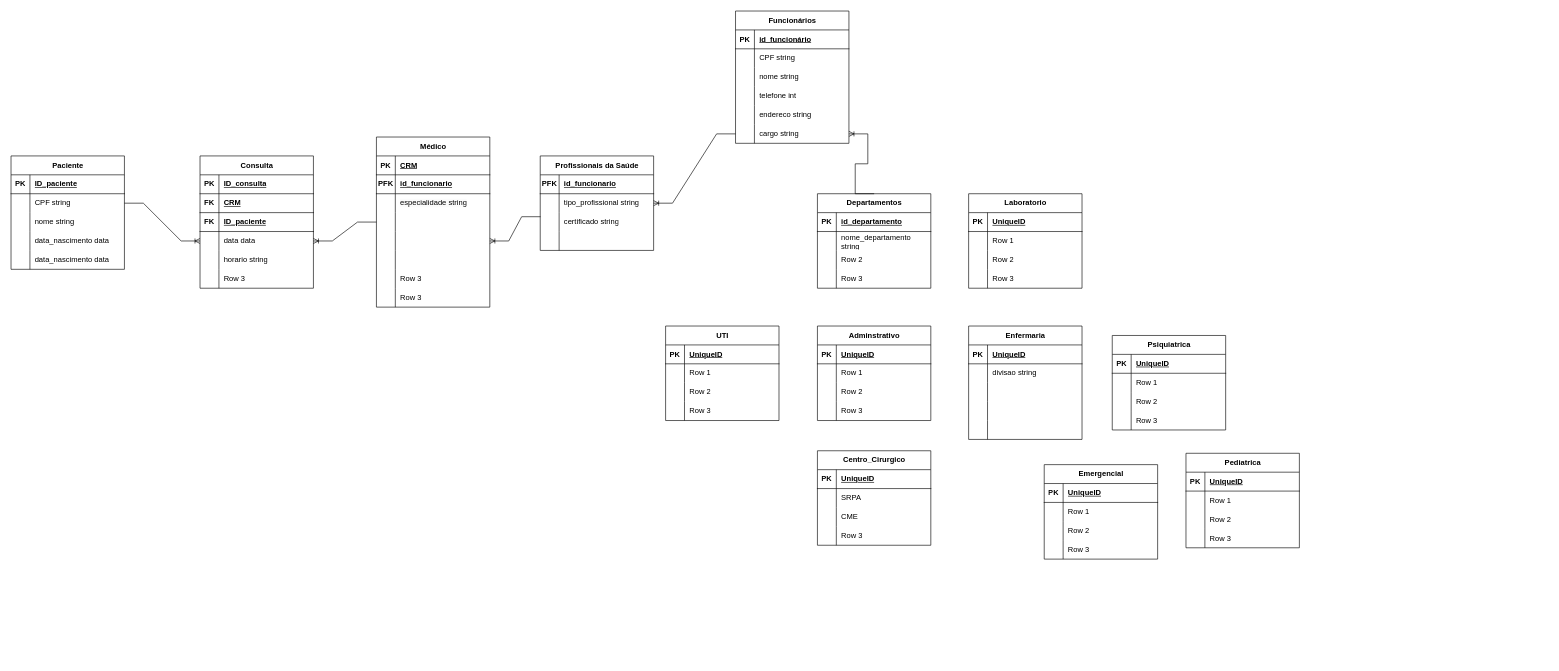
rafasilva9537/projeto_Hospital_BD keeps this draw.io diagram as Modelo Relacional/Modelo Lógico.drawio. Above is the earlier version. Source tidied: cells renumbered, new cells numbered last; positions are measured from the earlier drawing's top-left corner, leaving out a move shared by most shapes. Both pictures are drawn from the tidied source at 63%, with x=0, y=0 at pixel (11, 11).
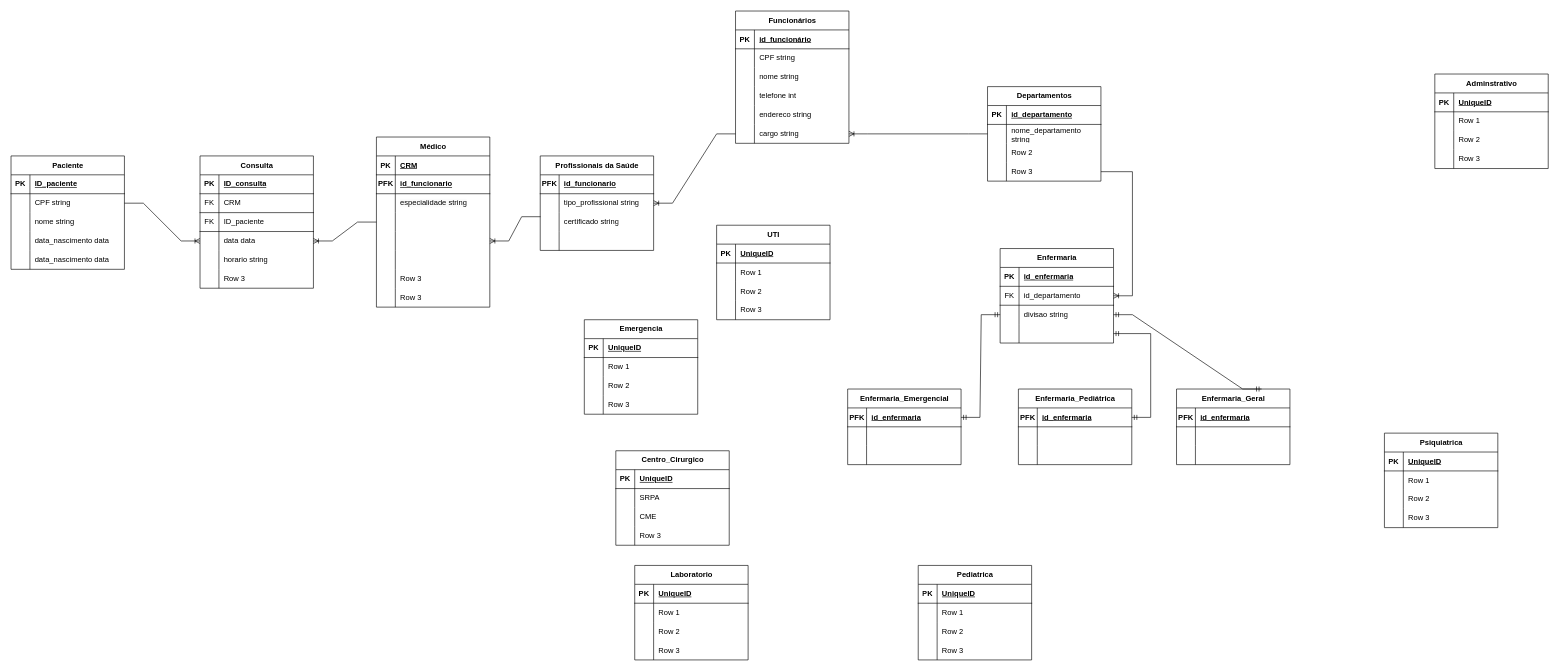
After the change.

Unchanged cells that the change refers to:
```xml
<mxCell id="6" style="shape=tableRow;horizontal=0;startSize=0;swimlaneHead=0;swimlaneBody=0;fillColor=none;points=[[0,0.5],[1,0.5]];portConstraint=eastwest;top=0;left=0;right=0;bottom=0;" parent="2" vertex="1">
  <mxGeometry y="60" width="180" height="30" as="geometry" />
</mxCell>
<mxCell id="12" style="shape=tableRow;horizontal=0;startSize=0;swimlaneHead=0;swimlaneBody=0;fillColor=none;points=[[0,0.5],[1,0.5]];portConstraint=eastwest;top=0;left=0;right=0;bottom=0;" parent="2" vertex="1">
  <mxGeometry y="120" width="180" height="30" as="geometry" />
</mxCell>
<mxCell id="31" style="shape=tableRow;horizontal=0;startSize=0;swimlaneHead=0;swimlaneBody=0;fillColor=none;points=[[0,0.5],[1,0.5]];portConstraint=eastwest;top=0;left=0;right=0;bottom=0;" parent="15" vertex="1">
  <mxGeometry y="180" width="180" height="30" as="geometry" />
</mxCell>
<mxCell id="83" style="shape=tableRow;horizontal=0;startSize=0;swimlaneHead=0;swimlaneBody=0;fillColor=none;top=0;left=0;right=0;bottom=1;" parent="79" vertex="1">
  <mxGeometry y="60" width="180" height="30" as="geometry" />
</mxCell>
<mxCell id="86" style="shape=tableRow;horizontal=0;startSize=0;swimlaneHead=0;swimlaneBody=0;fillColor=none;top=0;left=0;right=0;bottom=1;" parent="79" vertex="1">
  <mxGeometry y="90" width="180" height="30" as="geometry" />
</mxCell>
```

Change to the diagram source:
```diff
@@
     <mxCell id="2" value="Departamentos" style="shape=table;startSize=30;childLayout=tableLayout;rowLines=0;fontStyle=1;align=center;html=1;" parent="1" vertex="1">
-      <mxGeometry x="1280" y="290" width="180" height="150" as="geometry" />
+      <mxGeometry x="1550" y="120" width="180" height="150" as="geometry" />
     </mxCell>
@@
     <mxCell id="34" value="Adminstrativo" style="shape=table;startSize=30;childLayout=tableLayout;rowLines=0;fontStyle=1;align=center;html=1;" parent="1" vertex="1">
-      <mxGeometry x="1280" y="500" width="180" height="150" as="geometry" />
+      <mxGeometry x="2260" y="100" width="180" height="150" as="geometry" />
     </mxCell>
@@
     <mxCell id="47" value="Enfermaria" style="shape=table;startSize=30;childLayout=tableLayout;rowLines=0;fontStyle=1;align=center;html=1;" parent="1" vertex="1">
-      <mxGeometry x="1520" y="500" width="180" height="180" as="geometry" />
+      <mxGeometry x="1570" y="377" width="180" height="150" as="geometry" />
     </mxCell>
+    <mxCell id="219" style="shape=tableRow;horizontal=0;startSize=0;swimlaneHead=0;swimlaneBody=0;fillColor=none;top=0;left=0;right=0;bottom=1;" parent="47" vertex="1">
+      <mxGeometry y="30" width="180" height="30" as="geometry" />
+    </mxCell>
+    <mxCell id="220" value="PK" style="shape=partialRectangle;fillColor=none;top=0;left=0;bottom=0;right=0;fontStyle=1;overflow=hidden;whiteSpace=wrap;html=1;" parent="219" vertex="1">
+      <mxGeometry width="30" height="30" as="geometry" />
+    </mxCell>
+    <mxCell id="221" value="id_enfermaria" style="shape=partialRectangle;fillColor=none;top=0;left=0;bottom=0;right=0;align=left;spacingLeft=6;fontStyle=5;overflow=hidden;whiteSpace=wrap;html=1;" parent="219" vertex="1">
+      <mxGeometry x="30" width="150" height="30" as="geometry" />
+    </mxCell>
     <mxCell id="48" style="shape=tableRow;horizontal=0;startSize=0;swimlaneHead=0;swimlaneBody=0;fillColor=none;points=[[0,0.5],[1,0.5]];portConstraint=eastwest;top=0;left=0;right=0;bottom=1;" parent="47" vertex="1">
-      <mxGeometry y="30" width="180" height="30" as="geometry" />
+      <mxGeometry y="60" width="180" height="30" as="geometry" />
     </mxCell>
-    <mxCell id="49" value="PK" style="shape=partialRectangle;fillColor=none;top=0;left=0;bottom=0;right=0;fontStyle=1;overflow=hidden;whiteSpace=wrap;html=1;" parent="48" vertex="1">
+    <mxCell id="49" value="FK" style="shape=partialRectangle;fillColor=none;top=0;left=0;bottom=0;right=0;fontStyle=0;overflow=hidden;whiteSpace=wrap;html=1;" parent="48" vertex="1">
       <mxGeometry width="30" height="30" as="geometry" />
     </mxCell>
-    <mxCell id="50" value="UniqueID" style="shape=partialRectangle;fillColor=none;top=0;left=0;bottom=0;right=0;align=left;spacingLeft=6;fontStyle=5;overflow=hidden;whiteSpace=wrap;html=1;" parent="48" vertex="1">
+    <mxCell id="50" value="id_departamento" style="shape=partialRectangle;fillColor=none;top=0;left=0;bottom=0;right=0;align=left;spacingLeft=6;fontStyle=0;overflow=hidden;whiteSpace=wrap;html=1;" parent="48" vertex="1">
       <mxGeometry x="30" width="150" height="30" as="geometry" />
     </mxCell>
     <mxCell id="51" style="shape=tableRow;horizontal=0;startSize=0;swimlaneHead=0;swimlaneBody=0;fillColor=none;points=[[0,0.5],[1,0.5]];portConstraint=eastwest;top=0;left=0;right=0;bottom=0;" parent="47" vertex="1">
-      <mxGeometry y="60" width="180" height="30" as="geometry" />
+      <mxGeometry y="90" width="180" height="30" as="geometry" />
     </mxCell>
@@
-    <mxCell id="54" style="shape=tableRow;horizontal=0;startSize=0;swimlaneHead=0;swimlaneBody=0;fillColor=none;top=0;left=0;right=0;bottom=0;" parent="47" vertex="1">
-      <mxGeometry y="90" width="180" height="30" as="geometry" />
-    </mxCell>
-    <mxCell id="55" style="shape=partialRectangle;fillColor=none;top=0;left=0;bottom=0;right=0;overflow=hidden;whiteSpace=wrap;html=1;" parent="54" vertex="1">
-      <mxGeometry width="30" height="30" as="geometry" />
-    </mxCell>
-    <mxCell id="56" style="shape=partialRectangle;fillColor=none;top=0;left=0;bottom=0;right=0;align=left;spacingLeft=6;overflow=hidden;whiteSpace=wrap;html=1;" parent="54" vertex="1">
-      <mxGeometry x="30" width="150" height="30" as="geometry" />
-    </mxCell>
-    <mxCell id="57" style="shape=tableRow;horizontal=0;startSize=0;swimlaneHead=0;swimlaneBody=0;fillColor=none;top=0;left=0;right=0;bottom=0;" parent="47" vertex="1">
-      <mxGeometry y="120" width="180" height="30" as="geometry" />
-    </mxCell>
-    <mxCell id="58" style="shape=partialRectangle;fillColor=none;top=0;left=0;bottom=0;right=0;overflow=hidden;whiteSpace=wrap;html=1;" parent="57" vertex="1">
-      <mxGeometry width="30" height="30" as="geometry" />
-    </mxCell>
-    <mxCell id="59" style="shape=partialRectangle;fillColor=none;top=0;left=0;bottom=0;right=0;align=left;spacingLeft=6;overflow=hidden;whiteSpace=wrap;html=1;" parent="57" vertex="1">
-      <mxGeometry x="30" width="150" height="30" as="geometry" />
-    </mxCell>
     <mxCell id="60" style="shape=tableRow;horizontal=0;startSize=0;swimlaneHead=0;swimlaneBody=0;fillColor=none;points=[[0,0.5],[1,0.5]];portConstraint=eastwest;top=0;left=0;right=0;bottom=0;" parent="47" vertex="1">
-      <mxGeometry y="150" width="180" height="30" as="geometry" />
+      <mxGeometry y="120" width="180" height="30" as="geometry" />
     </mxCell>
@@
-    <mxCell id="84" value="FK" style="shape=partialRectangle;fillColor=none;top=0;left=0;bottom=0;right=0;fontStyle=1;overflow=hidden;whiteSpace=wrap;html=1;" parent="83" vertex="1">
+    <mxCell id="84" value="FK" style="shape=partialRectangle;fillColor=none;top=0;left=0;bottom=0;right=0;fontStyle=0;overflow=hidden;whiteSpace=wrap;html=1;" parent="83" vertex="1">
       <mxGeometry width="30" height="30" as="geometry" />
     </mxCell>
-    <mxCell id="85" value="CRM" style="shape=partialRectangle;fillColor=none;top=0;left=0;bottom=0;right=0;align=left;spacingLeft=6;fontStyle=5;overflow=hidden;whiteSpace=wrap;html=1;" parent="83" vertex="1">
+    <mxCell id="85" value="CRM" style="shape=partialRectangle;fillColor=none;top=0;left=0;bottom=0;right=0;align=left;spacingLeft=6;fontStyle=0;overflow=hidden;whiteSpace=wrap;html=1;" parent="83" vertex="1">
       <mxGeometry x="30" width="150" height="30" as="geometry" />
     </mxCell>
@@
-    <mxCell id="87" value="FK" style="shape=partialRectangle;fillColor=none;top=0;left=0;bottom=0;right=0;fontStyle=1;overflow=hidden;whiteSpace=wrap;html=1;" parent="86" vertex="1">
+    <mxCell id="87" value="FK" style="shape=partialRectangle;fillColor=none;top=0;left=0;bottom=0;right=0;fontStyle=0;overflow=hidden;whiteSpace=wrap;html=1;" parent="86" vertex="1">
       <mxGeometry width="30" height="30" as="geometry" />
     </mxCell>
-    <mxCell id="88" value="ID_paciente" style="shape=partialRectangle;fillColor=none;top=0;left=0;bottom=0;right=0;align=left;spacingLeft=6;fontStyle=5;overflow=hidden;whiteSpace=wrap;html=1;" parent="86" vertex="1">
+    <mxCell id="88" value="ID_paciente" style="shape=partialRectangle;fillColor=none;top=0;left=0;bottom=0;right=0;align=left;spacingLeft=6;fontStyle=0;overflow=hidden;whiteSpace=wrap;html=1;" parent="86" vertex="1">
       <mxGeometry x="30" width="150" height="30" as="geometry" />
     </mxCell>
@@
-    <mxCell id="125" style="edgeStyle=entityRelationEdgeStyle;fontSize=12;html=1;endArrow=ERoneToMany;rounded=0;entryX=1;entryY=0.5;entryDx=0;entryDy=0;exitX=0.5;exitY=0;exitDx=0;exitDy=0;" parent="1" edge="1" source="2" target="31">
-      <mxGeometry relative="1" as="geometry" />
+    <mxCell id="125" style="edgeStyle=entityRelationEdgeStyle;fontSize=12;html=1;endArrow=ERoneToMany;rounded=0;entryX=1;entryY=0.5;entryDx=0;entryDy=0;exitX=0;exitY=0.5;exitDx=0;exitDy=0;" parent="1" edge="1" source="6" target="31">
+      <mxGeometry relative="1" as="geometry">
+        <Array as="points">
+          <mxPoint x="1530" y="-10" />
+          <mxPoint x="1460" y="195" />
+        </Array>
+      </mxGeometry>
     </mxCell>
@@
     <mxCell id="141" value="UTI" style="shape=table;startSize=30;childLayout=tableLayout;rowLines=0;fontStyle=1;align=center;html=1;" parent="1" vertex="1">
-      <mxGeometry x="1039" y="500" width="180" height="150" as="geometry" />
+      <mxGeometry x="1120" y="340" width="180" height="150" as="geometry" />
     </mxCell>
@@
     <mxCell id="154" value="Centro_Cirurgico" style="shape=table;startSize=30;childLayout=tableLayout;rowLines=0;fontStyle=1;align=center;html=1;" parent="1" vertex="1">
-      <mxGeometry x="1280" y="698" width="180" height="150" as="geometry" />
+      <mxGeometry x="960" y="698" width="180" height="150" as="geometry" />
     </mxCell>
@@
     <mxCell id="167" value="Laboratorio" style="shape=table;startSize=30;childLayout=tableLayout;rowLines=0;fontStyle=1;align=center;html=1;" parent="1" vertex="1">
-      <mxGeometry x="1520" y="290" width="180" height="150" as="geometry" />
+      <mxGeometry x="990" y="880" width="180" height="150" as="geometry" />
     </mxCell>
@@
     <mxCell id="180" value="Pediatrica" style="shape=table;startSize=30;childLayout=tableLayout;rowLines=0;fontStyle=1;align=center;html=1;" parent="1" vertex="1">
-      <mxGeometry x="1865" y="702" width="180" height="150" as="geometry" />
+      <mxGeometry x="1440" y="880" width="180" height="150" as="geometry" />
     </mxCell>
@@
     <mxCell id="193" value="Psiquiatrica" style="shape=table;startSize=30;childLayout=tableLayout;rowLines=0;fontStyle=1;align=center;html=1;" parent="1" vertex="1">
-      <mxGeometry x="1748" y="515" width="180" height="150" as="geometry" />
+      <mxGeometry x="2180" y="670" width="180" height="150" as="geometry" />
     </mxCell>
@@
-    <mxCell id="206" value="Emergencial" style="shape=table;startSize=30;childLayout=tableLayout;rowLines=0;fontStyle=1;align=center;html=1;" parent="1" vertex="1">
-      <mxGeometry x="1640" y="720" width="180" height="150" as="geometry" />
+    <mxCell id="206" value="Emergencia" style="shape=table;startSize=30;childLayout=tableLayout;rowLines=0;fontStyle=1;align=center;html=1;" parent="1" vertex="1">
+      <mxGeometry x="910" y="490" width="180" height="150" as="geometry" />
     </mxCell>
@@
+    <mxCell id="222" style="edgeStyle=entityRelationEdgeStyle;fontSize=12;html=1;endArrow=ERoneToMany;rounded=0;exitX=1;exitY=0.5;exitDx=0;exitDy=0;" parent="1" edge="1" source="12" target="48">
+      <mxGeometry relative="1" as="geometry" />
+    </mxCell>
+    <mxCell id="223" value="Enfermaria_Emergencial" style="shape=table;startSize=30;childLayout=tableLayout;rowLines=0;fontStyle=1;align=center;html=1;" parent="1" vertex="1">
+      <mxGeometry x="1328" y="600" width="180" height="120" as="geometry" />
+    </mxCell>
+    <mxCell id="224" style="shape=tableRow;horizontal=0;startSize=0;swimlaneHead=0;swimlaneBody=0;fillColor=none;points=[[0,0.5],[1,0.5]];portConstraint=eastwest;top=0;left=0;right=0;bottom=1;" parent="223" vertex="1">
+      <mxGeometry y="30" width="180" height="30" as="geometry" />
+    </mxCell>
+    <mxCell id="225" value="PFK" style="shape=partialRectangle;fillColor=none;top=0;left=0;bottom=0;right=0;fontStyle=1;overflow=hidden;whiteSpace=wrap;html=1;" parent="224" vertex="1">
+      <mxGeometry width="30" height="30" as="geometry" />
+    </mxCell>
+    <mxCell id="226" value="id_enfermaria" style="shape=partialRectangle;fillColor=none;top=0;left=0;bottom=0;right=0;align=left;spacingLeft=6;fontStyle=5;overflow=hidden;whiteSpace=wrap;html=1;" parent="224" vertex="1">
+      <mxGeometry x="30" width="150" height="30" as="geometry" />
+    </mxCell>
+    <mxCell id="227" style="shape=tableRow;horizontal=0;startSize=0;swimlaneHead=0;swimlaneBody=0;fillColor=none;top=0;left=0;right=0;bottom=0;" parent="223" vertex="1">
+      <mxGeometry y="60" width="180" height="30" as="geometry" />
+    </mxCell>
+    <mxCell id="228" style="shape=partialRectangle;fillColor=none;top=0;left=0;bottom=0;right=0;overflow=hidden;whiteSpace=wrap;html=1;" parent="227" vertex="1">
+      <mxGeometry width="30" height="30" as="geometry" />
+    </mxCell>
+    <mxCell id="229" style="shape=partialRectangle;fillColor=none;top=0;left=0;bottom=0;right=0;align=left;spacingLeft=6;overflow=hidden;whiteSpace=wrap;html=1;" parent="227" vertex="1">
+      <mxGeometry x="30" width="150" height="30" as="geometry" />
+    </mxCell>
+    <mxCell id="230" style="shape=tableRow;horizontal=0;startSize=0;swimlaneHead=0;swimlaneBody=0;fillColor=none;top=0;left=0;right=0;bottom=0;" parent="223" vertex="1">
+      <mxGeometry y="90" width="180" height="30" as="geometry" />
+    </mxCell>
+    <mxCell id="231" style="shape=partialRectangle;fillColor=none;top=0;left=0;bottom=0;right=0;overflow=hidden;whiteSpace=wrap;html=1;" parent="230" vertex="1">
+      <mxGeometry width="30" height="30" as="geometry" />
+    </mxCell>
+    <mxCell id="232" style="shape=partialRectangle;fillColor=none;top=0;left=0;bottom=0;right=0;align=left;spacingLeft=6;overflow=hidden;whiteSpace=wrap;html=1;" parent="230" vertex="1">
+      <mxGeometry x="30" width="150" height="30" as="geometry" />
+    </mxCell>
+    <mxCell id="233" value="Enfermaria_Geral" style="shape=table;startSize=30;childLayout=tableLayout;rowLines=0;fontStyle=1;align=center;html=1;" parent="1" vertex="1">
+      <mxGeometry x="1850" y="600" width="180" height="120" as="geometry" />
+    </mxCell>
+    <mxCell id="234" style="shape=tableRow;horizontal=0;startSize=0;swimlaneHead=0;swimlaneBody=0;fillColor=none;top=0;left=0;right=0;bottom=1;" parent="233" vertex="1">
+      <mxGeometry y="30" width="180" height="30" as="geometry" />
+    </mxCell>
+    <mxCell id="235" value="PFK" style="shape=partialRectangle;fillColor=none;top=0;left=0;bottom=0;right=0;fontStyle=1;overflow=hidden;whiteSpace=wrap;html=1;" parent="234" vertex="1">
+      <mxGeometry width="30" height="30" as="geometry" />
+    </mxCell>
+    <mxCell id="236" value="id_enfermaria" style="shape=partialRectangle;fillColor=none;top=0;left=0;bottom=0;right=0;align=left;spacingLeft=6;fontStyle=5;overflow=hidden;whiteSpace=wrap;html=1;" parent="234" vertex="1">
+      <mxGeometry x="30" width="150" height="30" as="geometry" />
+    </mxCell>
+    <mxCell id="237" style="shape=tableRow;horizontal=0;startSize=0;swimlaneHead=0;swimlaneBody=0;fillColor=none;top=0;left=0;right=0;bottom=0;" parent="233" vertex="1">
+      <mxGeometry y="60" width="180" height="30" as="geometry" />
+    </mxCell>
+    <mxCell id="238" style="shape=partialRectangle;fillColor=none;top=0;left=0;bottom=0;right=0;overflow=hidden;whiteSpace=wrap;html=1;" parent="237" vertex="1">
+      <mxGeometry width="30" height="30" as="geometry" />
+    </mxCell>
+    <mxCell id="239" style="shape=partialRectangle;fillColor=none;top=0;left=0;bottom=0;right=0;align=left;spacingLeft=6;overflow=hidden;whiteSpace=wrap;html=1;" parent="237" vertex="1">
+      <mxGeometry x="30" width="150" height="30" as="geometry" />
+    </mxCell>
+    <mxCell id="240" style="shape=tableRow;horizontal=0;startSize=0;swimlaneHead=0;swimlaneBody=0;fillColor=none;top=0;left=0;right=0;bottom=0;" parent="233" vertex="1">
+      <mxGeometry y="90" width="180" height="30" as="geometry" />
+    </mxCell>
+    <mxCell id="241" style="shape=partialRectangle;fillColor=none;top=0;left=0;bottom=0;right=0;overflow=hidden;whiteSpace=wrap;html=1;" parent="240" vertex="1">
+      <mxGeometry width="30" height="30" as="geometry" />
+    </mxCell>
+    <mxCell id="242" style="shape=partialRectangle;fillColor=none;top=0;left=0;bottom=0;right=0;align=left;spacingLeft=6;overflow=hidden;whiteSpace=wrap;html=1;" parent="240" vertex="1">
+      <mxGeometry x="30" width="150" height="30" as="geometry" />
+    </mxCell>
+    <mxCell id="243" value="Enfermaria_Pediátrica" style="shape=table;startSize=30;childLayout=tableLayout;rowLines=0;fontStyle=1;align=center;html=1;" parent="1" vertex="1">
+      <mxGeometry x="1599" y="600" width="180" height="120" as="geometry" />
+    </mxCell>
+    <mxCell id="244" style="shape=tableRow;horizontal=0;startSize=0;swimlaneHead=0;swimlaneBody=0;fillColor=none;points=[[0,0.5],[1,0.5]];portConstraint=eastwest;top=0;left=0;right=0;bottom=1;" parent="243" vertex="1">
+      <mxGeometry y="30" width="180" height="30" as="geometry" />
+    </mxCell>
+    <mxCell id="245" value="PFK" style="shape=partialRectangle;fillColor=none;top=0;left=0;bottom=0;right=0;fontStyle=1;overflow=hidden;whiteSpace=wrap;html=1;" parent="244" vertex="1">
+      <mxGeometry width="30" height="30" as="geometry" />
+    </mxCell>
+    <mxCell id="246" value="id_enfermaria" style="shape=partialRectangle;fillColor=none;top=0;left=0;bottom=0;right=0;align=left;spacingLeft=6;fontStyle=5;overflow=hidden;whiteSpace=wrap;html=1;" parent="244" vertex="1">
+      <mxGeometry x="30" width="150" height="30" as="geometry" />
+    </mxCell>
+    <mxCell id="247" style="shape=tableRow;horizontal=0;startSize=0;swimlaneHead=0;swimlaneBody=0;fillColor=none;top=0;left=0;right=0;bottom=0;" parent="243" vertex="1">
+      <mxGeometry y="60" width="180" height="30" as="geometry" />
+    </mxCell>
+    <mxCell id="248" style="shape=partialRectangle;fillColor=none;top=0;left=0;bottom=0;right=0;overflow=hidden;whiteSpace=wrap;html=1;" parent="247" vertex="1">
+      <mxGeometry width="30" height="30" as="geometry" />
+    </mxCell>
+    <mxCell id="249" style="shape=partialRectangle;fillColor=none;top=0;left=0;bottom=0;right=0;align=left;spacingLeft=6;overflow=hidden;whiteSpace=wrap;html=1;" parent="247" vertex="1">
+      <mxGeometry x="30" width="150" height="30" as="geometry" />
+    </mxCell>
+    <mxCell id="250" style="shape=tableRow;horizontal=0;startSize=0;swimlaneHead=0;swimlaneBody=0;fillColor=none;top=0;left=0;right=0;bottom=0;" parent="243" vertex="1">
+      <mxGeometry y="90" width="180" height="30" as="geometry" />
+    </mxCell>
+    <mxCell id="251" style="shape=partialRectangle;fillColor=none;top=0;left=0;bottom=0;right=0;overflow=hidden;whiteSpace=wrap;html=1;" parent="250" vertex="1">
+      <mxGeometry width="30" height="30" as="geometry" />
+    </mxCell>
+    <mxCell id="252" style="shape=partialRectangle;fillColor=none;top=0;left=0;bottom=0;right=0;align=left;spacingLeft=6;overflow=hidden;whiteSpace=wrap;html=1;" parent="250" vertex="1">
+      <mxGeometry x="30" width="150" height="30" as="geometry" />
+    </mxCell>
+    <mxCell id="253" style="edgeStyle=entityRelationEdgeStyle;fontSize=12;html=1;endArrow=ERmandOne;startArrow=ERmandOne;rounded=0;exitX=1;exitY=0.5;exitDx=0;exitDy=0;entryX=0;entryY=0.5;entryDx=0;entryDy=0;" parent="1" edge="1" source="224" target="51">
+      <mxGeometry relative="1" as="geometry" />
+    </mxCell>
+    <mxCell id="254" style="edgeStyle=entityRelationEdgeStyle;fontSize=12;html=1;endArrow=ERmandOne;startArrow=ERmandOne;rounded=0;" parent="1" edge="1" source="244" target="60">
+      <mxGeometry relative="1" as="geometry" />
+    </mxCell>
+    <mxCell id="255" style="edgeStyle=entityRelationEdgeStyle;fontSize=12;html=1;endArrow=ERmandOne;startArrow=ERmandOne;rounded=0;exitX=1;exitY=0.5;exitDx=0;exitDy=0;entryX=0.75;entryY=0;entryDx=0;entryDy=0;" parent="1" edge="1" source="51" target="233">
+      <mxGeometry relative="1" as="geometry">
+        <Array as="points">
+          <mxPoint x="1910" y="470" />
+          <mxPoint x="1910" y="470" />
+          <mxPoint x="1910" y="460" />
+        </Array>
+      </mxGeometry>
+    </mxCell>
```
